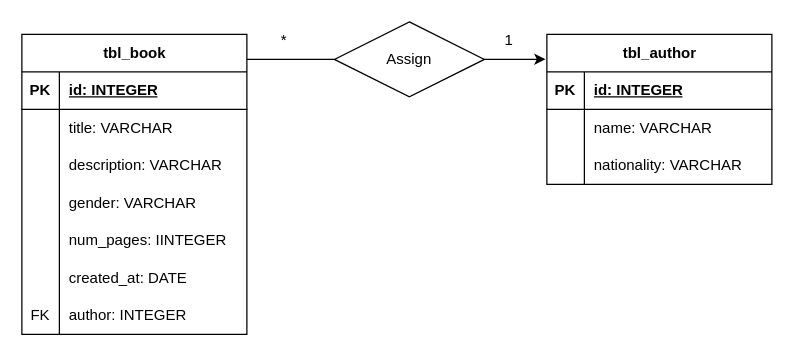
The draw.io diagram der.drawio in nxhuel/api-library, before the edit. Source tidied: cells renumbered, new cells numbered last; positions are measured from the earlier drawing's top-left corner, leaving out a move shared by most shapes. Both pictures are drawn from the tidied source at 125%, with x=0, y=0 at pixel (21, 21).
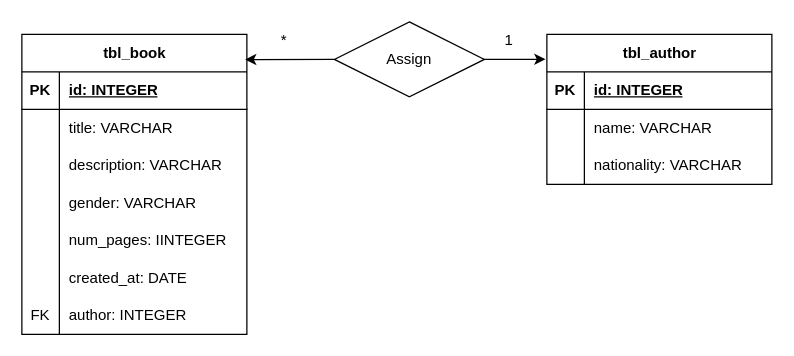
After the change.

The change refers to these unchanged cells:
```xml
<mxCell id="12" value="tbl_book" style="shape=table;startSize=30;childLayout=tableLayout;rowLines=0;fontStyle=1;align=center;html=1;columnLines=1;resizeLastRow=0;swimlaneBody=1;swimlaneHead=1;horizontal=1;shadow=0;" parent="1" vertex="1">
  <mxGeometry y="10" width="180" height="240" as="geometry" />
</mxCell>
<mxCell id="36" value="Assign" style="shape=rhombus;perimeter=rhombusPerimeter;whiteSpace=wrap;html=1;align=center;" parent="1" vertex="1">
  <mxGeometry x="250" width="120" height="60" as="geometry" />
</mxCell>
```

Diff of the diagram source:
```diff
@@
-    <mxCell id="35" style="endArrow=none;html=1;rounded=0;" parent="1" edge="1" target="36">
-      <mxGeometry relative="1" as="geometry">
-        <mxPoint x="180" y="30" as="sourcePoint" />
-      </mxGeometry>
-    </mxCell>
@@
+    <mxCell id="40" style="edgeStyle=none;html=1;exitX=0;exitY=0.5;exitDx=0;exitDy=0;entryX=0.992;entryY=0.084;entryDx=0;entryDy=0;entryPerimeter=0;" parent="1" edge="1" source="36" target="12">
+      <mxGeometry relative="1" as="geometry" />
+    </mxCell>
```
